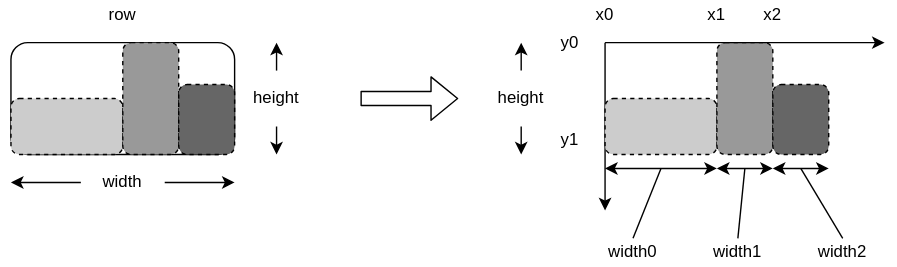
Earlier version of the draw.io export sdxpy/layout/layout.svg (gvwilson/thirdbit). Source tidied: cells renumbered, new cells last; positions are measured from the earlier drawing's top-left corner, leaving out a move shared by most shapes.
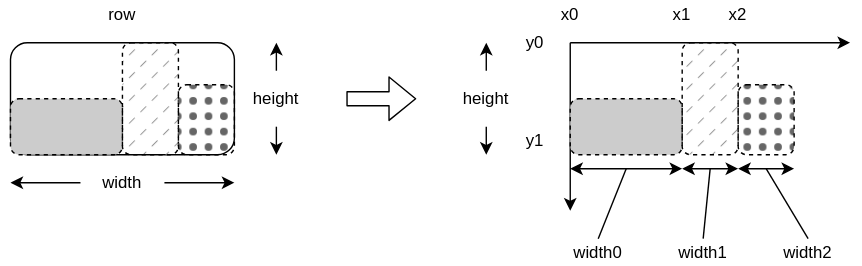
Later version of the same file.

Change to the diagram source:
```diff
@@ -2,142 +2,142 @@
   <root>
     <mxCell id="0" />
     <mxCell id="1" parent="0" />
-    <mxCell id="2" style="rounded=1;whiteSpace=wrap;html=1;align=left;fillColor=none;sketch=0;fontFamily=Verdana;fontSize=12;" parent="1" vertex="1">
-      <mxGeometry y="30" width="160" height="80" as="geometry" />
+    <mxCell id="2" style="rounded=1;whiteSpace=wrap;html=1;align=left;fillColor=none;sketch=0;fontFamily=Helvetica;fontSize=12;" parent="1" vertex="1">
+      <mxGeometry x="25" y="30" width="160" height="80" as="geometry" />
     </mxCell>
-    <mxCell id="3" style="rounded=1;whiteSpace=wrap;html=1;align=left;sketch=0;dashed=1;fillStyle=hachure;fillColor=#CCCCCC;fontFamily=Verdana;fontSize=12;" parent="1" vertex="1">
-      <mxGeometry y="70" width="80" height="40" as="geometry" />
+    <mxCell id="3" style="rounded=1;whiteSpace=wrap;html=1;align=left;sketch=0;dashed=1;fillStyle=hachure;fillColor=#CCCCCC;fontFamily=Helvetica;fontSize=12;" parent="1" vertex="1">
+      <mxGeometry x="25" y="70" width="80" height="40" as="geometry" />
     </mxCell>
-    <mxCell id="4" style="rounded=1;whiteSpace=wrap;html=1;align=left;sketch=0;dashed=1;fillColor=#999999;fillStyle=dashed;fontFamily=Verdana;fontSize=12;" parent="1" vertex="1">
-      <mxGeometry x="80" y="30" width="40" height="80" as="geometry" />
+    <mxCell id="4" style="rounded=1;whiteSpace=wrap;html=1;align=left;sketch=0;dashed=1;fillColor=#999999;fillStyle=dashed;fontFamily=Helvetica;fontSize=12;" parent="1" vertex="1">
+      <mxGeometry x="105" y="30" width="40" height="80" as="geometry" />
     </mxCell>
-    <mxCell id="5" style="rounded=1;whiteSpace=wrap;html=1;align=left;sketch=0;dashed=1;fillColor=#666666;fillStyle=dots;fontFamily=Verdana;fontSize=12;" parent="1" vertex="1">
-      <mxGeometry x="120" y="60" width="40" height="50" as="geometry" />
+    <mxCell id="5" style="rounded=1;whiteSpace=wrap;html=1;align=left;sketch=0;dashed=1;fillColor=#666666;fillStyle=dots;fontFamily=Helvetica;fontSize=12;" parent="1" vertex="1">
+      <mxGeometry x="145" y="60" width="40" height="50" as="geometry" />
     </mxCell>
-    <mxCell id="6" value="&lt;font style=&quot;font-size: 12px;&quot;&gt;row&lt;/font&gt;" style="text;html=1;strokeColor=none;fillColor=none;align=center;verticalAlign=middle;whiteSpace=wrap;rounded=0;sketch=0;fontFamily=Verdana;fontSize=12;" parent="1" vertex="1">
-      <mxGeometry x="60" width="40" height="20" as="geometry" />
+    <mxCell id="6" value="&lt;font style=&quot;font-size: 12px;&quot;&gt;row&lt;/font&gt;" style="text;html=1;strokeColor=none;fillColor=none;align=center;verticalAlign=middle;whiteSpace=wrap;rounded=0;sketch=0;fontFamily=Helvetica;fontSize=12;" parent="1" vertex="1">
+      <mxGeometry x="85" width="40" height="20" as="geometry" />
     </mxCell>
-    <mxCell id="7" value="&lt;font style=&quot;font-size: 12px;&quot;&gt;width&lt;/font&gt;" style="text;html=1;strokeColor=none;fillColor=none;align=center;verticalAlign=middle;whiteSpace=wrap;rounded=0;sketch=0;fontFamily=Verdana;fontSize=12;" parent="1" vertex="1">
-      <mxGeometry x="50" y="120" width="60" height="20" as="geometry" />
+    <mxCell id="7" value="&lt;font style=&quot;font-size: 12px;&quot;&gt;width&lt;/font&gt;" style="text;html=1;strokeColor=none;fillColor=none;align=center;verticalAlign=middle;whiteSpace=wrap;rounded=0;sketch=0;fontFamily=Helvetica;fontSize=12;" parent="1" vertex="1">
+      <mxGeometry x="75" y="120" width="60" height="20" as="geometry" />
     </mxCell>
-    <mxCell id="8" style="endArrow=classic;html=1;exitX=1;exitY=0.5;exitDx=0;exitDy=0;sketch=0;fontFamily=Verdana;fontSize=12;" parent="1" edge="1" source="7">
+    <mxCell id="8" style="endArrow=classic;html=1;exitX=1;exitY=0.5;exitDx=0;exitDy=0;sketch=0;fontFamily=Helvetica;fontSize=12;" parent="1" edge="1" source="7">
       <mxGeometry relative="1" as="geometry">
-        <mxPoint x="160" y="130" as="targetPoint" />
+        <mxPoint x="185" y="130" as="targetPoint" />
       </mxGeometry>
     </mxCell>
-    <mxCell id="9" style="endArrow=classic;html=1;exitX=0;exitY=0.5;exitDx=0;exitDy=0;sketch=0;fontFamily=Verdana;fontSize=12;" parent="1" edge="1" source="7">
+    <mxCell id="9" style="endArrow=classic;html=1;exitX=0;exitY=0.5;exitDx=0;exitDy=0;sketch=0;fontFamily=Helvetica;fontSize=12;" parent="1" edge="1" source="7">
       <mxGeometry relative="1" as="geometry">
-        <mxPoint y="130" as="targetPoint" />
+        <mxPoint x="25" y="130" as="targetPoint" />
       </mxGeometry>
     </mxCell>
-    <mxCell id="10" value="&lt;font style=&quot;font-size: 12px;&quot;&gt;height&lt;/font&gt;" style="text;html=1;strokeColor=none;fillColor=none;align=center;verticalAlign=middle;whiteSpace=wrap;rounded=0;sketch=0;fontFamily=Verdana;fontSize=12;" parent="1" vertex="1">
-      <mxGeometry x="170" y="50" width="40" height="40" as="geometry" />
+    <mxCell id="10" value="&lt;font style=&quot;font-size: 12px;&quot;&gt;height&lt;/font&gt;" style="text;html=1;strokeColor=none;fillColor=none;align=center;verticalAlign=middle;whiteSpace=wrap;rounded=0;sketch=0;fontFamily=Helvetica;fontSize=12;" parent="1" vertex="1">
+      <mxGeometry x="195" y="50" width="40" height="40" as="geometry" />
     </mxCell>
-    <mxCell id="11" style="endArrow=classic;html=1;sketch=0;fontFamily=Verdana;fontSize=12;" parent="1" edge="1" source="10">
+    <mxCell id="11" style="endArrow=classic;html=1;sketch=0;fontFamily=Helvetica;fontSize=12;" parent="1" edge="1" source="10">
       <mxGeometry relative="1" as="geometry">
-        <mxPoint x="190" y="30" as="targetPoint" />
+        <mxPoint x="215" y="30" as="targetPoint" />
       </mxGeometry>
     </mxCell>
-    <mxCell id="12" style="endArrow=classic;html=1;exitX=0.5;exitY=1;exitDx=0;exitDy=0;sketch=0;fontFamily=Verdana;fontSize=12;" parent="1" edge="1" source="10">
+    <mxCell id="12" style="endArrow=classic;html=1;exitX=0.5;exitY=1;exitDx=0;exitDy=0;sketch=0;fontFamily=Helvetica;fontSize=12;" parent="1" edge="1" source="10">
       <mxGeometry relative="1" as="geometry">
-        <mxPoint x="190" y="110" as="targetPoint" />
+        <mxPoint x="215" y="110" as="targetPoint" />
       </mxGeometry>
     </mxCell>
-    <mxCell id="13" style="endArrow=classic;html=1;sketch=0;fontFamily=Verdana;fontSize=12;" parent="1" edge="1">
+    <mxCell id="13" style="endArrow=classic;html=1;sketch=0;fontFamily=Helvetica;fontSize=12;" parent="1" edge="1">
       <mxGeometry relative="1" as="geometry">
         <mxPoint x="425" y="30" as="sourcePoint" />
         <mxPoint x="425" y="150" as="targetPoint" />
       </mxGeometry>
     </mxCell>
-    <mxCell id="14" value="&lt;font style=&quot;font-size: 12px;&quot;&gt;y0&lt;/font&gt;" style="text;html=1;strokeColor=none;fillColor=none;align=center;verticalAlign=middle;whiteSpace=wrap;rounded=0;sketch=0;fontFamily=Verdana;fontSize=12;" parent="1" vertex="1">
+    <mxCell id="14" value="&lt;font style=&quot;font-size: 12px;&quot;&gt;y0&lt;/font&gt;" style="text;html=1;strokeColor=none;fillColor=none;align=center;verticalAlign=middle;whiteSpace=wrap;rounded=0;sketch=0;fontFamily=Helvetica;fontSize=12;" parent="1" vertex="1">
       <mxGeometry x="385" y="20" width="30" height="20" as="geometry" />
     </mxCell>
-    <mxCell id="15" style="rounded=1;whiteSpace=wrap;html=1;align=left;sketch=0;dashed=1;fillStyle=hachure;fillColor=#CCCCCC;fontFamily=Verdana;fontSize=12;" parent="1" vertex="1">
+    <mxCell id="15" style="rounded=1;whiteSpace=wrap;html=1;align=left;sketch=0;dashed=1;fillStyle=hachure;fillColor=#CCCCCC;fontFamily=Helvetica;fontSize=12;" parent="1" vertex="1">
       <mxGeometry x="425" y="70" width="80" height="40" as="geometry" />
     </mxCell>
-    <mxCell id="16" value="&lt;font style=&quot;font-size: 12px;&quot;&gt;y1&lt;/font&gt;" style="text;html=1;strokeColor=none;fillColor=none;align=center;verticalAlign=middle;whiteSpace=wrap;rounded=0;sketch=0;fontFamily=Verdana;fontSize=12;" parent="1" vertex="1">
+    <mxCell id="16" value="&lt;font style=&quot;font-size: 12px;&quot;&gt;y1&lt;/font&gt;" style="text;html=1;strokeColor=none;fillColor=none;align=center;verticalAlign=middle;whiteSpace=wrap;rounded=0;sketch=0;fontFamily=Helvetica;fontSize=12;" parent="1" vertex="1">
       <mxGeometry x="385" y="90" width="30" height="20" as="geometry" />
     </mxCell>
-    <mxCell id="17" value="&lt;font style=&quot;font-size: 12px;&quot;&gt;height&lt;/font&gt;" style="text;html=1;strokeColor=none;fillColor=none;align=center;verticalAlign=middle;whiteSpace=wrap;rounded=0;sketch=0;fontFamily=Verdana;fontSize=12;" parent="1" vertex="1">
+    <mxCell id="17" value="&lt;font style=&quot;font-size: 12px;&quot;&gt;height&lt;/font&gt;" style="text;html=1;strokeColor=none;fillColor=none;align=center;verticalAlign=middle;whiteSpace=wrap;rounded=0;sketch=0;fontFamily=Helvetica;fontSize=12;" parent="1" vertex="1">
       <mxGeometry x="345" y="50" width="40" height="40" as="geometry" />
     </mxCell>
-    <mxCell id="18" style="endArrow=classic;html=1;sketch=0;fontFamily=Verdana;fontSize=12;" parent="1" edge="1" source="17">
+    <mxCell id="18" style="endArrow=classic;html=1;sketch=0;fontFamily=Helvetica;fontSize=12;" parent="1" edge="1" source="17">
       <mxGeometry relative="1" as="geometry">
         <mxPoint x="365" y="30" as="targetPoint" />
       </mxGeometry>
     </mxCell>
-    <mxCell id="19" style="endArrow=classic;html=1;exitX=0.5;exitY=1;exitDx=0;exitDy=0;sketch=0;fontFamily=Verdana;fontSize=12;" parent="1" edge="1" source="17">
+    <mxCell id="19" style="endArrow=classic;html=1;exitX=0.5;exitY=1;exitDx=0;exitDy=0;sketch=0;fontFamily=Helvetica;fontSize=12;" parent="1" edge="1" source="17">
       <mxGeometry relative="1" as="geometry">
         <mxPoint x="365" y="110" as="targetPoint" />
       </mxGeometry>
     </mxCell>
-    <mxCell id="20" style="rounded=1;whiteSpace=wrap;html=1;align=left;sketch=0;dashed=1;fillColor=#999999;fillStyle=dashed;fontFamily=Verdana;fontSize=12;" parent="1" vertex="1">
+    <mxCell id="20" style="rounded=1;whiteSpace=wrap;html=1;align=left;sketch=0;dashed=1;fillColor=#999999;fillStyle=dashed;fontFamily=Helvetica;fontSize=12;" parent="1" vertex="1">
       <mxGeometry x="505" y="30" width="40" height="80" as="geometry" />
     </mxCell>
-    <mxCell id="21" style="rounded=1;whiteSpace=wrap;html=1;align=left;sketch=0;dashed=1;fillColor=#666666;fillStyle=dots;fontFamily=Verdana;fontSize=12;" parent="1" vertex="1">
+    <mxCell id="21" style="rounded=1;whiteSpace=wrap;html=1;align=left;sketch=0;dashed=1;fillColor=#666666;fillStyle=dots;fontFamily=Helvetica;fontSize=12;" parent="1" vertex="1">
       <mxGeometry x="545" y="60" width="40" height="50" as="geometry" />
     </mxCell>
-    <mxCell id="22" style="endArrow=classic;html=1;sketch=0;fontFamily=Verdana;fontSize=12;" parent="1" edge="1">
+    <mxCell id="22" style="endArrow=classic;html=1;sketch=0;fontFamily=Helvetica;fontSize=12;" parent="1" edge="1">
       <mxGeometry relative="1" as="geometry">
         <mxPoint x="425" y="30" as="sourcePoint" />
         <mxPoint x="625" y="30" as="targetPoint" />
       </mxGeometry>
     </mxCell>
-    <mxCell id="23" value="&lt;font style=&quot;font-size: 12px;&quot;&gt;x0&lt;/font&gt;" style="text;html=1;strokeColor=none;fillColor=none;align=center;verticalAlign=middle;whiteSpace=wrap;rounded=0;sketch=0;fontFamily=Verdana;fontSize=12;" parent="1" vertex="1">
+    <mxCell id="23" value="&lt;font style=&quot;font-size: 12px;&quot;&gt;x0&lt;/font&gt;" style="text;html=1;strokeColor=none;fillColor=none;align=center;verticalAlign=middle;whiteSpace=wrap;rounded=0;sketch=0;fontFamily=Helvetica;fontSize=12;" parent="1" vertex="1">
       <mxGeometry x="405" width="40" height="20" as="geometry" />
     </mxCell>
-    <mxCell id="24" value="&lt;font style=&quot;font-size: 12px;&quot;&gt;x1&lt;/font&gt;" style="text;html=1;strokeColor=none;fillColor=none;align=center;verticalAlign=middle;whiteSpace=wrap;rounded=0;sketch=0;fontFamily=Verdana;fontSize=12;" parent="1" vertex="1">
+    <mxCell id="24" value="&lt;font style=&quot;font-size: 12px;&quot;&gt;x1&lt;/font&gt;" style="text;html=1;strokeColor=none;fillColor=none;align=center;verticalAlign=middle;whiteSpace=wrap;rounded=0;sketch=0;fontFamily=Helvetica;fontSize=12;" parent="1" vertex="1">
       <mxGeometry x="485" width="40" height="20" as="geometry" />
     </mxCell>
-    <mxCell id="25" value="&lt;font style=&quot;font-size: 12px;&quot;&gt;x2&lt;/font&gt;" style="text;html=1;strokeColor=none;fillColor=none;align=center;verticalAlign=middle;whiteSpace=wrap;rounded=0;sketch=0;fontFamily=Verdana;fontSize=12;" parent="1" vertex="1">
+    <mxCell id="25" value="&lt;font style=&quot;font-size: 12px;&quot;&gt;x2&lt;/font&gt;" style="text;html=1;strokeColor=none;fillColor=none;align=center;verticalAlign=middle;whiteSpace=wrap;rounded=0;sketch=0;fontFamily=Helvetica;fontSize=12;" parent="1" vertex="1">
       <mxGeometry x="525" width="40" height="20" as="geometry" />
     </mxCell>
-    <mxCell id="26" value="&lt;font style=&quot;font-size: 12px;&quot;&gt;width0&lt;/font&gt;" style="text;html=1;strokeColor=none;fillColor=none;align=center;verticalAlign=middle;whiteSpace=wrap;rounded=0;sketch=0;fontFamily=Verdana;fontSize=12;" parent="1" vertex="1">
+    <mxCell id="26" value="&lt;font style=&quot;font-size: 12px;&quot;&gt;width0&lt;/font&gt;" style="text;html=1;strokeColor=none;fillColor=none;align=center;verticalAlign=middle;whiteSpace=wrap;rounded=0;sketch=0;fontFamily=Helvetica;fontSize=12;" parent="1" vertex="1">
       <mxGeometry x="415" y="170" width="60" height="20" as="geometry" />
     </mxCell>
-    <mxCell id="27" style="endArrow=classic;startArrow=classic;html=1;sketch=0;fontFamily=Verdana;fontSize=12;" parent="1" edge="1">
+    <mxCell id="27" style="endArrow=classic;startArrow=classic;html=1;sketch=0;fontFamily=Helvetica;fontSize=12;" parent="1" edge="1">
       <mxGeometry relative="1" as="geometry">
         <mxPoint x="425" y="120" as="sourcePoint" />
         <mxPoint x="505" y="120" as="targetPoint" />
       </mxGeometry>
     </mxCell>
-    <mxCell id="28" style="endArrow=classic;startArrow=classic;html=1;sketch=0;fontFamily=Verdana;fontSize=12;" parent="1" edge="1">
+    <mxCell id="28" style="endArrow=classic;startArrow=classic;html=1;sketch=0;fontFamily=Helvetica;fontSize=12;" parent="1" edge="1">
       <mxGeometry relative="1" as="geometry">
         <mxPoint x="505" y="120" as="sourcePoint" />
         <mxPoint x="545" y="120" as="targetPoint" />
       </mxGeometry>
     </mxCell>
-    <mxCell id="29" style="endArrow=classic;startArrow=classic;html=1;sketch=0;fontFamily=Verdana;fontSize=12;" parent="1" edge="1">
+    <mxCell id="29" style="endArrow=classic;startArrow=classic;html=1;sketch=0;fontFamily=Helvetica;fontSize=12;" parent="1" edge="1">
       <mxGeometry relative="1" as="geometry">
         <mxPoint x="545" y="120" as="sourcePoint" />
         <mxPoint x="585" y="120" as="targetPoint" />
       </mxGeometry>
     </mxCell>
-    <mxCell id="30" style="endArrow=none;html=1;sketch=0;exitX=0.5;exitY=0;exitDx=0;exitDy=0;fontFamily=Verdana;fontSize=12;" parent="1" edge="1" source="26">
+    <mxCell id="30" style="endArrow=none;html=1;sketch=0;exitX=0.5;exitY=0;exitDx=0;exitDy=0;fontFamily=Helvetica;fontSize=12;" parent="1" edge="1" source="26">
       <mxGeometry relative="1" as="geometry">
         <mxPoint x="465" y="120" as="targetPoint" />
       </mxGeometry>
     </mxCell>
-    <mxCell id="31" value="&lt;font style=&quot;font-size: 12px;&quot;&gt;width1&lt;/font&gt;" style="text;html=1;strokeColor=none;fillColor=none;align=center;verticalAlign=middle;whiteSpace=wrap;rounded=0;sketch=0;fontFamily=Verdana;fontSize=12;" parent="1" vertex="1">
+    <mxCell id="31" value="&lt;font style=&quot;font-size: 12px;&quot;&gt;width1&lt;/font&gt;" style="text;html=1;strokeColor=none;fillColor=none;align=center;verticalAlign=middle;whiteSpace=wrap;rounded=0;sketch=0;fontFamily=Helvetica;fontSize=12;" parent="1" vertex="1">
       <mxGeometry x="490" y="170" width="60" height="20" as="geometry" />
     </mxCell>
-    <mxCell id="32" value="&lt;font style=&quot;font-size: 12px;&quot;&gt;width2&lt;/font&gt;" style="text;html=1;strokeColor=none;fillColor=none;align=center;verticalAlign=middle;whiteSpace=wrap;rounded=0;sketch=0;fontFamily=Verdana;fontSize=12;" parent="1" vertex="1">
+    <mxCell id="32" value="&lt;font style=&quot;font-size: 12px;&quot;&gt;width2&lt;/font&gt;" style="text;html=1;strokeColor=none;fillColor=none;align=center;verticalAlign=middle;whiteSpace=wrap;rounded=0;sketch=0;fontFamily=Helvetica;fontSize=12;" parent="1" vertex="1">
       <mxGeometry x="565" y="170" width="60" height="20" as="geometry" />
     </mxCell>
-    <mxCell id="33" style="endArrow=none;html=1;sketch=0;exitX=0.5;exitY=0;exitDx=0;exitDy=0;fontFamily=Verdana;fontSize=12;" parent="1" edge="1" source="31">
+    <mxCell id="33" style="endArrow=none;html=1;sketch=0;exitX=0.5;exitY=0;exitDx=0;exitDy=0;fontFamily=Helvetica;fontSize=12;" parent="1" edge="1" source="31">
       <mxGeometry relative="1" as="geometry">
         <mxPoint x="525" y="120" as="targetPoint" />
       </mxGeometry>
     </mxCell>
-    <mxCell id="34" style="endArrow=none;html=1;sketch=0;exitX=0.5;exitY=0;exitDx=0;exitDy=0;fontFamily=Verdana;fontSize=12;" parent="1" edge="1" source="32">
+    <mxCell id="34" style="endArrow=none;html=1;sketch=0;exitX=0.5;exitY=0;exitDx=0;exitDy=0;fontFamily=Helvetica;fontSize=12;" parent="1" edge="1" source="32">
       <mxGeometry relative="1" as="geometry">
         <mxPoint x="565" y="120" as="targetPoint" />
       </mxGeometry>
     </mxCell>
-    <mxCell id="35" style="shape=flexArrow;endArrow=classic;html=1;sketch=0;fontFamily=Verdana;fontSize=12;" parent="1" edge="1">
+    <mxCell id="35" style="shape=flexArrow;endArrow=classic;html=1;sketch=0;fontFamily=Helvetica;fontSize=12;" parent="1" edge="1">
       <mxGeometry relative="1" as="geometry">
-        <mxPoint x="250" y="70" as="sourcePoint" />
-        <mxPoint x="320" y="70" as="targetPoint" />
+        <mxPoint x="265" y="70" as="sourcePoint" />
+        <mxPoint x="315" y="70" as="targetPoint" />
       </mxGeometry>
     </mxCell>
   </root>
```
